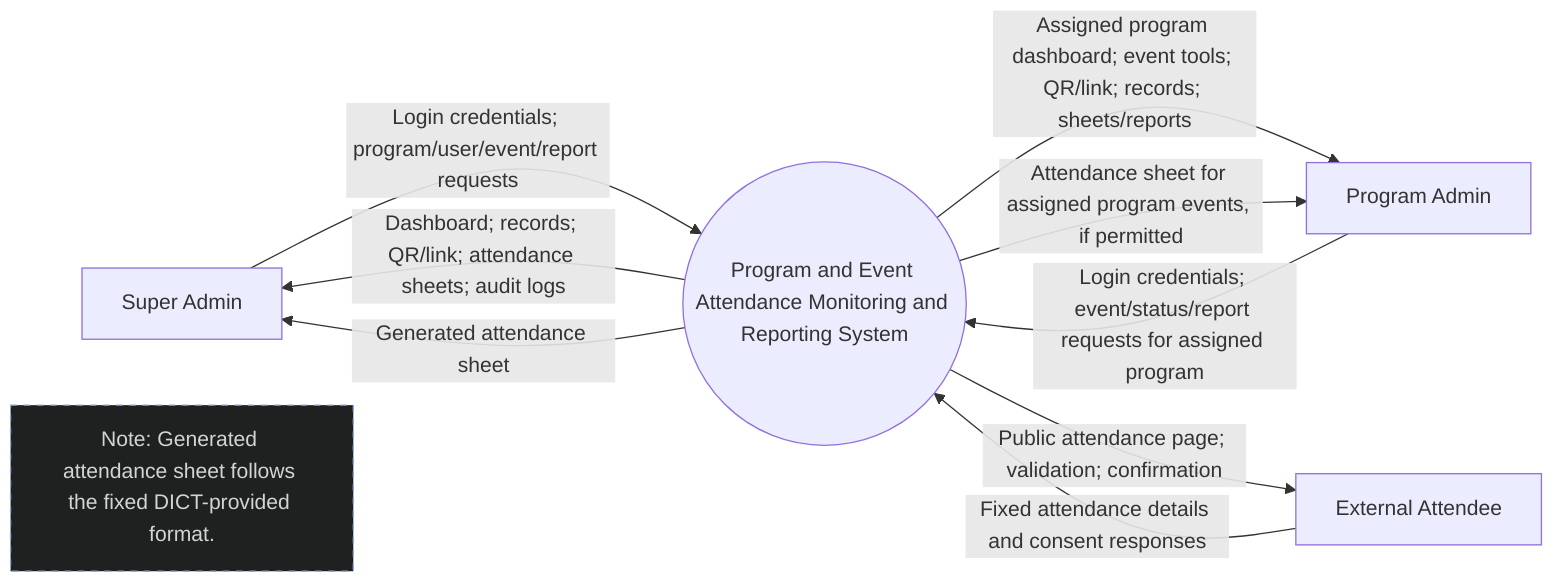
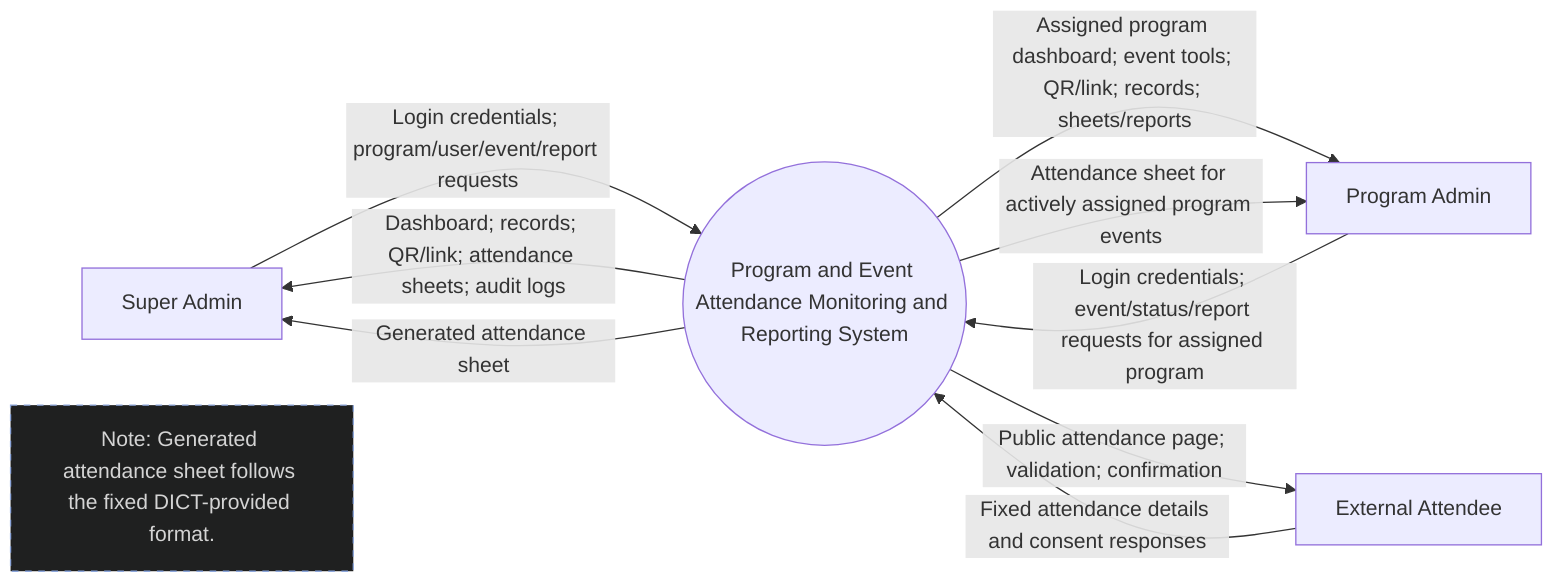
flowchart LR
  super_admin[Super Admin]
  program_admin[Program Admin]
  attendee[External Attendee]
  system((Program and Event Attendance Monitoring and Reporting System))
  note_template["Note: Generated attendance sheet follows the fixed DICT-provided format."]

  super_admin -->|Login credentials; program/user/event/report requests| system
  system -->|Dashboard; records; QR/link; attendance sheets; audit logs| super_admin

  program_admin -->|Login credentials; event/status/report requests for assigned program| system
  system -->|Assigned program dashboard; event tools; QR/link; records; sheets/reports| program_admin

  attendee -->|Fixed attendance details and consent responses| system
  system -->|Public attendance page; validation; confirmation| attendee

  system -->|Generated attendance sheet| super_admin
-   system -->|Attendance sheet for assigned program events, if permitted| program_admin
+   system -->|Attendance sheet for actively assigned program events| program_admin

  classDef note fill:#1f2020,stroke:#8CA6DB,color:#d4d4d4,stroke-dasharray: 5 5
  class note_template note
